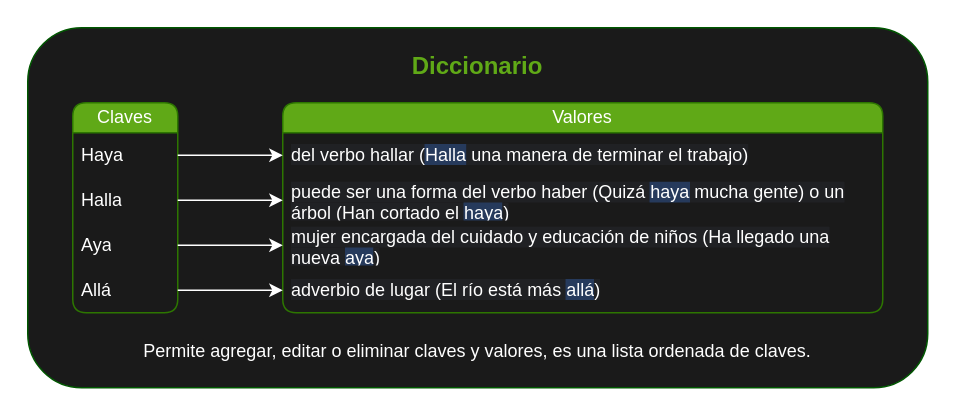
Earlier version of the draw.io diagram dictionary.drawio (blacknoize404/Python-Notebook). Source tidied: cells renumbered, new cells numbered last; positions are measured from the earlier drawing's top-left corner, leaving out a move shared by most shapes. Both pictures are drawn from the tidied source at 150%, with x=0, y=0 at pixel (27, 27).
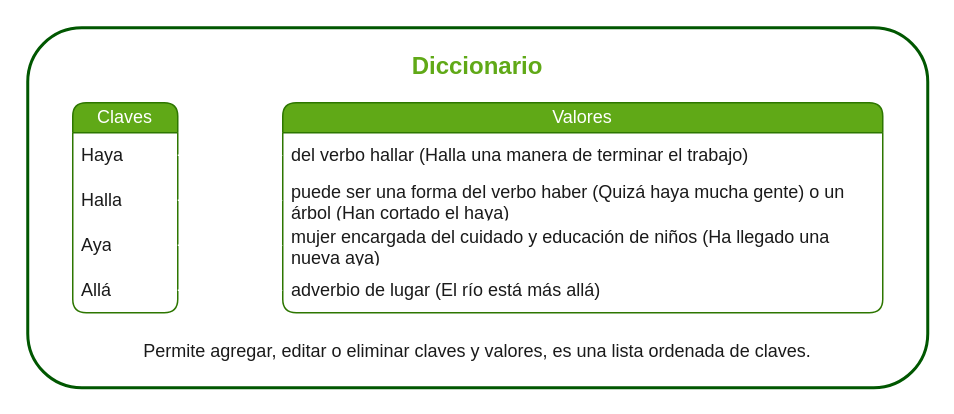
Above is the later version.

Diff of the diagram source:
```diff
@@
 <mxGraphModel>
   <root>
     <mxCell id="0" />
     <mxCell id="1" parent="0" />
-    <mxCell id="2" style="rounded=1;whiteSpace=wrap;html=1;fillColor=#1A1A1A;fontColor=#ffffff;strokeColor=#005700;" parent="1" vertex="1">
+    <mxCell id="2" style="rounded=1;whiteSpace=wrap;html=1;fillColor=#FFFFFF;fontColor=#ffffff;strokeColor=#005700;strokeWidth=2;" parent="1" vertex="1">
       <mxGeometry width="600" height="240" as="geometry" />
     </mxCell>
     <mxCell id="3" value="Claves" style="swimlane;fontStyle=0;horizontal=1;startSize=20;whiteSpace=wrap;html=1;fillColor=#60a917;fontColor=#ffffff;strokeColor=#2D7600;rounded=1;" parent="1" vertex="1">
       <mxGeometry x="30" y="50" width="70" height="140" as="geometry" />
     </mxCell>
-    <mxCell id="4" value="Haya" style="text;strokeColor=none;fillColor=none;align=left;verticalAlign=middle;spacingLeft=4;spacingRight=4;overflow=hidden;points=[[0,0.5],[1,0.5]];portConstraint=eastwest;whiteSpace=wrap;html=1;fontColor=#FFFFFF;" parent="3" vertex="1">
+    <mxCell id="4" value="Haya" style="text;strokeColor=none;fillColor=none;align=left;verticalAlign=middle;spacingLeft=4;spacingRight=4;overflow=hidden;points=[[0,0.5],[1,0.5]];portConstraint=eastwest;whiteSpace=wrap;html=1;fontColor=#1A1A1A;labelBackgroundColor=none;" parent="3" vertex="1">
       <mxGeometry y="20" width="70" height="30" as="geometry" />
     </mxCell>
-    <mxCell id="5" value="Halla" style="text;strokeColor=none;fillColor=none;align=left;verticalAlign=middle;spacingLeft=4;spacingRight=4;overflow=hidden;points=[[0,0.5],[1,0.5]];portConstraint=eastwest;whiteSpace=wrap;html=1;fontColor=#FFFFFF;" parent="3" vertex="1">
+    <mxCell id="5" value="Halla" style="text;strokeColor=none;fillColor=none;align=left;verticalAlign=middle;spacingLeft=4;spacingRight=4;overflow=hidden;points=[[0,0.5],[1,0.5]];portConstraint=eastwest;whiteSpace=wrap;html=1;fontColor=#1A1A1A;labelBackgroundColor=none;" parent="3" vertex="1">
       <mxGeometry y="50" width="70" height="30" as="geometry" />
     </mxCell>
-    <mxCell id="6" value="Aya" style="text;strokeColor=none;fillColor=none;align=left;verticalAlign=middle;spacingLeft=4;spacingRight=4;overflow=hidden;points=[[0,0.5],[1,0.5]];portConstraint=eastwest;whiteSpace=wrap;html=1;fontColor=#FFFFFF;" parent="3" vertex="1">
+    <mxCell id="6" value="Aya" style="text;strokeColor=none;fillColor=none;align=left;verticalAlign=middle;spacingLeft=4;spacingRight=4;overflow=hidden;points=[[0,0.5],[1,0.5]];portConstraint=eastwest;whiteSpace=wrap;html=1;fontColor=#1A1A1A;labelBackgroundColor=none;" parent="3" vertex="1">
       <mxGeometry y="80" width="70" height="30" as="geometry" />
     </mxCell>
-    <mxCell id="7" value="Allá" style="text;strokeColor=none;fillColor=none;align=left;verticalAlign=middle;spacingLeft=4;spacingRight=4;overflow=hidden;points=[[0,0.5],[1,0.5]];portConstraint=eastwest;whiteSpace=wrap;html=1;fontColor=#FFFFFF;" parent="3" vertex="1">
+    <mxCell id="7" value="Allá" style="text;strokeColor=none;fillColor=none;align=left;verticalAlign=middle;spacingLeft=4;spacingRight=4;overflow=hidden;points=[[0,0.5],[1,0.5]];portConstraint=eastwest;fontColor=#1A1A1A;labelBackgroundColor=none;labelBorderColor=none;html=1;" parent="3" vertex="1">
       <mxGeometry y="110" width="70" height="30" as="geometry" />
     </mxCell>
     <mxCell id="8" value="Diccionario" style="text;html=1;strokeColor=none;fillColor=none;align=center;verticalAlign=middle;whiteSpace=wrap;rounded=0;fontStyle=1;fontSize=16;fontColor=#60A917;" parent="1" vertex="1">
       <mxGeometry y="10" width="600" height="30" as="geometry" />
     </mxCell>
     <mxCell id="9" value="Valores" style="swimlane;fontStyle=0;horizontal=1;startSize=20;whiteSpace=wrap;html=1;fillColor=#60a917;fontColor=#ffffff;strokeColor=#2D7600;rounded=1;" parent="1" vertex="1">
       <mxGeometry x="170" y="50" width="400" height="140" as="geometry" />
     </mxCell>
-    <mxCell id="10" value="&lt;font style=&quot;font-size: 12px;&quot;&gt;&lt;span style=&quot;font-family: &amp;quot;Google Sans&amp;quot;, arial, sans-serif; background-color: rgb(32, 33, 36);&quot;&gt;del verbo hallar (&lt;/span&gt;&lt;span style=&quot;background-color: rgba(66, 133, 244, 0.3); font-family: &amp;quot;Google Sans&amp;quot;, arial, sans-serif;&quot;&gt;Halla&lt;/span&gt;&lt;span style=&quot;font-family: &amp;quot;Google Sans&amp;quot;, arial, sans-serif; background-color: rgb(32, 33, 36);&quot;&gt;&amp;nbsp;una manera de terminar el trabajo)&lt;/span&gt;&lt;/font&gt;" style="text;strokeColor=none;fillColor=none;align=left;verticalAlign=middle;spacingLeft=4;spacingRight=4;overflow=hidden;points=[[0,0.5],[1,0.5]];portConstraint=eastwest;whiteSpace=wrap;html=1;fontColor=#FFFFFF;" parent="9" vertex="1">
+    <mxCell id="10" value="&lt;font style=&quot;font-size: 12px;&quot;&gt;&lt;span style=&quot;font-family: &amp;quot;Google Sans&amp;quot;, arial, sans-serif;&quot;&gt;del verbo hallar (&lt;/span&gt;&lt;span style=&quot;font-family: &amp;quot;Google Sans&amp;quot;, arial, sans-serif;&quot;&gt;Halla&lt;/span&gt;&lt;span style=&quot;font-family: &amp;quot;Google Sans&amp;quot;, arial, sans-serif;&quot;&gt;&amp;nbsp;una manera de terminar el trabajo)&lt;/span&gt;&lt;/font&gt;" style="text;strokeColor=none;fillColor=none;align=left;verticalAlign=middle;spacingLeft=4;spacingRight=4;overflow=hidden;points=[[0,0.5],[1,0.5]];portConstraint=eastwest;whiteSpace=wrap;html=1;fontColor=#1A1A1A;labelBackgroundColor=none;" parent="9" vertex="1">
       <mxGeometry y="20" width="400" height="30" as="geometry" />
     </mxCell>
-    <mxCell id="11" value="&lt;font style=&quot;font-size: 12px;&quot;&gt;&lt;span style=&quot;font-family: &amp;quot;Google Sans&amp;quot;, arial, sans-serif; background-color: rgb(32, 33, 36);&quot;&gt;puede ser una forma del verbo haber (Quizá&amp;nbsp;&lt;/span&gt;&lt;span style=&quot;background-color: rgba(66, 133, 244, 0.3); font-family: &amp;quot;Google Sans&amp;quot;, arial, sans-serif;&quot;&gt;haya&lt;/span&gt;&lt;span style=&quot;font-family: &amp;quot;Google Sans&amp;quot;, arial, sans-serif; background-color: rgb(32, 33, 36);&quot;&gt;&amp;nbsp;mucha gente) o un árbol (Han cortado el&amp;nbsp;&lt;/span&gt;&lt;span style=&quot;background-color: rgba(66, 133, 244, 0.3); font-family: &amp;quot;Google Sans&amp;quot;, arial, sans-serif;&quot;&gt;haya&lt;/span&gt;&lt;span style=&quot;font-family: &amp;quot;Google Sans&amp;quot;, arial, sans-serif; background-color: rgb(32, 33, 36);&quot;&gt;)&lt;/span&gt;&lt;/font&gt;" style="text;strokeColor=none;fillColor=none;align=left;verticalAlign=middle;spacingLeft=4;spacingRight=4;overflow=hidden;points=[[0,0.5],[1,0.5]];portConstraint=eastwest;whiteSpace=wrap;html=1;fontColor=#FFFFFF;" parent="9" vertex="1">
+    <mxCell id="11" value="&lt;font style=&quot;font-size: 12px;&quot;&gt;&lt;span style=&quot;font-family: &amp;quot;Google Sans&amp;quot;, arial, sans-serif;&quot;&gt;puede ser una forma del verbo haber (Quizá&amp;nbsp;&lt;/span&gt;&lt;span style=&quot;font-family: &amp;quot;Google Sans&amp;quot;, arial, sans-serif;&quot;&gt;haya&lt;/span&gt;&lt;span style=&quot;font-family: &amp;quot;Google Sans&amp;quot;, arial, sans-serif;&quot;&gt;&amp;nbsp;mucha gente) o un árbol (Han cortado el&amp;nbsp;&lt;/span&gt;&lt;span style=&quot;font-family: &amp;quot;Google Sans&amp;quot;, arial, sans-serif;&quot;&gt;haya&lt;/span&gt;&lt;span style=&quot;font-family: &amp;quot;Google Sans&amp;quot;, arial, sans-serif;&quot;&gt;)&lt;/span&gt;&lt;/font&gt;" style="text;strokeColor=none;fillColor=none;align=left;verticalAlign=middle;spacingLeft=4;spacingRight=4;overflow=hidden;points=[[0,0.5],[1,0.5]];portConstraint=eastwest;whiteSpace=wrap;html=1;fontColor=#1A1A1A;labelBackgroundColor=none;" parent="9" vertex="1">
       <mxGeometry y="50" width="400" height="30" as="geometry" />
     </mxCell>
-    <mxCell id="12" value="&lt;font style=&quot;font-size: 12px;&quot;&gt;&lt;span style=&quot;font-family: &amp;quot;Google Sans&amp;quot;, arial, sans-serif; background-color: rgb(32, 33, 36);&quot;&gt;mujer encargada del cuidado y educación de niños (Ha llegado una nueva&amp;nbsp;&lt;/span&gt;&lt;span style=&quot;background-color: rgba(66, 133, 244, 0.3); font-family: &amp;quot;Google Sans&amp;quot;, arial, sans-serif;&quot;&gt;aya&lt;/span&gt;&lt;span style=&quot;font-family: &amp;quot;Google Sans&amp;quot;, arial, sans-serif; background-color: rgb(32, 33, 36);&quot;&gt;)&lt;/span&gt;&lt;/font&gt;" style="text;strokeColor=none;fillColor=none;align=left;verticalAlign=middle;spacingLeft=4;spacingRight=4;overflow=hidden;points=[[0,0.5],[1,0.5]];portConstraint=eastwest;whiteSpace=wrap;html=1;fontColor=#FFFFFF;" parent="9" vertex="1">
+    <mxCell id="12" value="&lt;font style=&quot;font-size: 12px;&quot;&gt;&lt;span style=&quot;font-family: &amp;quot;Google Sans&amp;quot;, arial, sans-serif;&quot;&gt;mujer encargada del cuidado y educación de niños (Ha llegado una nueva&amp;nbsp;&lt;/span&gt;&lt;span style=&quot;font-family: &amp;quot;Google Sans&amp;quot;, arial, sans-serif;&quot;&gt;aya&lt;/span&gt;&lt;span style=&quot;font-family: &amp;quot;Google Sans&amp;quot;, arial, sans-serif;&quot;&gt;)&lt;/span&gt;&lt;/font&gt;" style="text;strokeColor=none;fillColor=none;align=left;verticalAlign=middle;spacingLeft=4;spacingRight=4;overflow=hidden;points=[[0,0.5],[1,0.5]];portConstraint=eastwest;whiteSpace=wrap;html=1;fontColor=#1A1A1A;labelBackgroundColor=none;" parent="9" vertex="1">
       <mxGeometry y="80" width="400" height="30" as="geometry" />
     </mxCell>
-    <mxCell id="13" value="&lt;font style=&quot;font-size: 12px;&quot;&gt;&lt;span style=&quot;font-family: &amp;quot;Google Sans&amp;quot;, arial, sans-serif; background-color: rgb(32, 33, 36);&quot;&gt;adverbio de lugar (El río está más&amp;nbsp;&lt;/span&gt;&lt;span style=&quot;background-color: rgba(66, 133, 244, 0.3); font-family: &amp;quot;Google Sans&amp;quot;, arial, sans-serif;&quot;&gt;allá&lt;/span&gt;&lt;span style=&quot;font-family: &amp;quot;Google Sans&amp;quot;, arial, sans-serif; background-color: rgb(32, 33, 36);&quot;&gt;)&lt;/span&gt;&lt;/font&gt;" style="text;strokeColor=none;fillColor=none;align=left;verticalAlign=middle;spacingLeft=4;spacingRight=4;overflow=hidden;points=[[0,0.5],[1,0.5]];portConstraint=eastwest;whiteSpace=wrap;html=1;fontColor=#FFFFFF;" parent="9" vertex="1">
+    <mxCell id="13" value="&lt;font style=&quot;font-size: 12px;&quot;&gt;&lt;span style=&quot;font-family: &amp;quot;Google Sans&amp;quot;, arial, sans-serif;&quot;&gt;adverbio de lugar (El río está más&amp;nbsp;&lt;/span&gt;&lt;span style=&quot;font-family: &amp;quot;Google Sans&amp;quot;, arial, sans-serif;&quot;&gt;allá&lt;/span&gt;&lt;span style=&quot;font-family: &amp;quot;Google Sans&amp;quot;, arial, sans-serif;&quot;&gt;)&lt;/span&gt;&lt;/font&gt;" style="text;strokeColor=none;fillColor=none;align=left;verticalAlign=middle;spacingLeft=4;spacingRight=4;overflow=hidden;points=[[0,0.5],[1,0.5]];portConstraint=eastwest;whiteSpace=wrap;html=1;fontColor=#1A1A1A;labelBackgroundColor=none;" parent="9" vertex="1">
       <mxGeometry y="110" width="400" height="30" as="geometry" />
     </mxCell>
     <mxCell id="14" style="edgeStyle=none;html=1;fontSize=12;fontColor=#60A917;strokeColor=#FFFFFF;" parent="1" edge="1" source="4" target="10">
       <mxGeometry relative="1" as="geometry" />
     </mxCell>
     <mxCell id="15" style="edgeStyle=none;html=1;fontSize=12;fontColor=#60A917;strokeColor=#FFFFFF;" parent="1" edge="1" source="5" target="11">
       <mxGeometry relative="1" as="geometry" />
     </mxCell>
     <mxCell id="16" style="edgeStyle=none;html=1;exitX=1;exitY=0.5;exitDx=0;exitDy=0;fontSize=12;fontColor=#60A917;strokeColor=#FFFFFF;" parent="1" edge="1" source="6" target="12">
       <mxGeometry relative="1" as="geometry" />
     </mxCell>
     <mxCell id="17" style="edgeStyle=none;html=1;exitX=1;exitY=0.5;exitDx=0;exitDy=0;entryX=0;entryY=0.5;entryDx=0;entryDy=0;fontSize=12;fontColor=#60A917;strokeColor=#FFFFFF;" parent="1" edge="1" source="7" target="13">
       <mxGeometry relative="1" as="geometry" />
     </mxCell>
-    <mxCell id="18" value="Permite agregar, editar o eliminar claves y valores, es una lista ordenada de claves." style="text;html=1;strokeColor=none;fillColor=none;align=center;verticalAlign=middle;whiteSpace=wrap;rounded=0;fontColor=#FFFFFF;" parent="1" vertex="1">
+    <mxCell id="18" value="Permite agregar, editar o eliminar claves y valores, es una lista ordenada de claves." style="text;html=1;strokeColor=none;fillColor=none;align=center;verticalAlign=middle;whiteSpace=wrap;rounded=0;fontColor=#1A1A1A;" parent="1" vertex="1">
       <mxGeometry y="201" width="600" height="30" as="geometry" />
     </mxCell>
   </root>
 </mxGraphModel>
```
